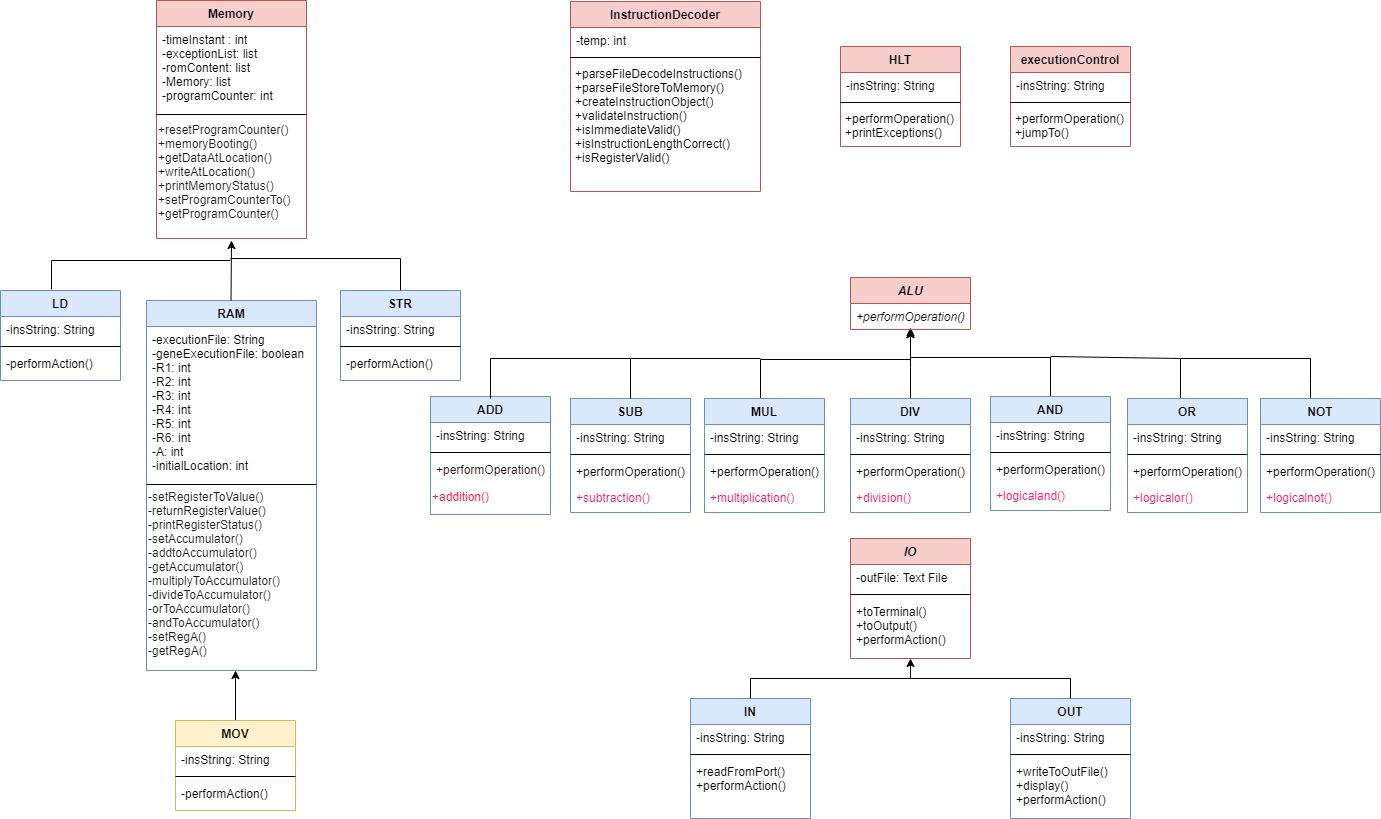
This is ULM.png from Gagandeep20320/OOPDProject, a draw.io export, as it was before one commit. Source tidied: cells renumbered, new cells last; positions are measured from the earlier drawing's top-left corner, leaving out a move shared by most shapes.
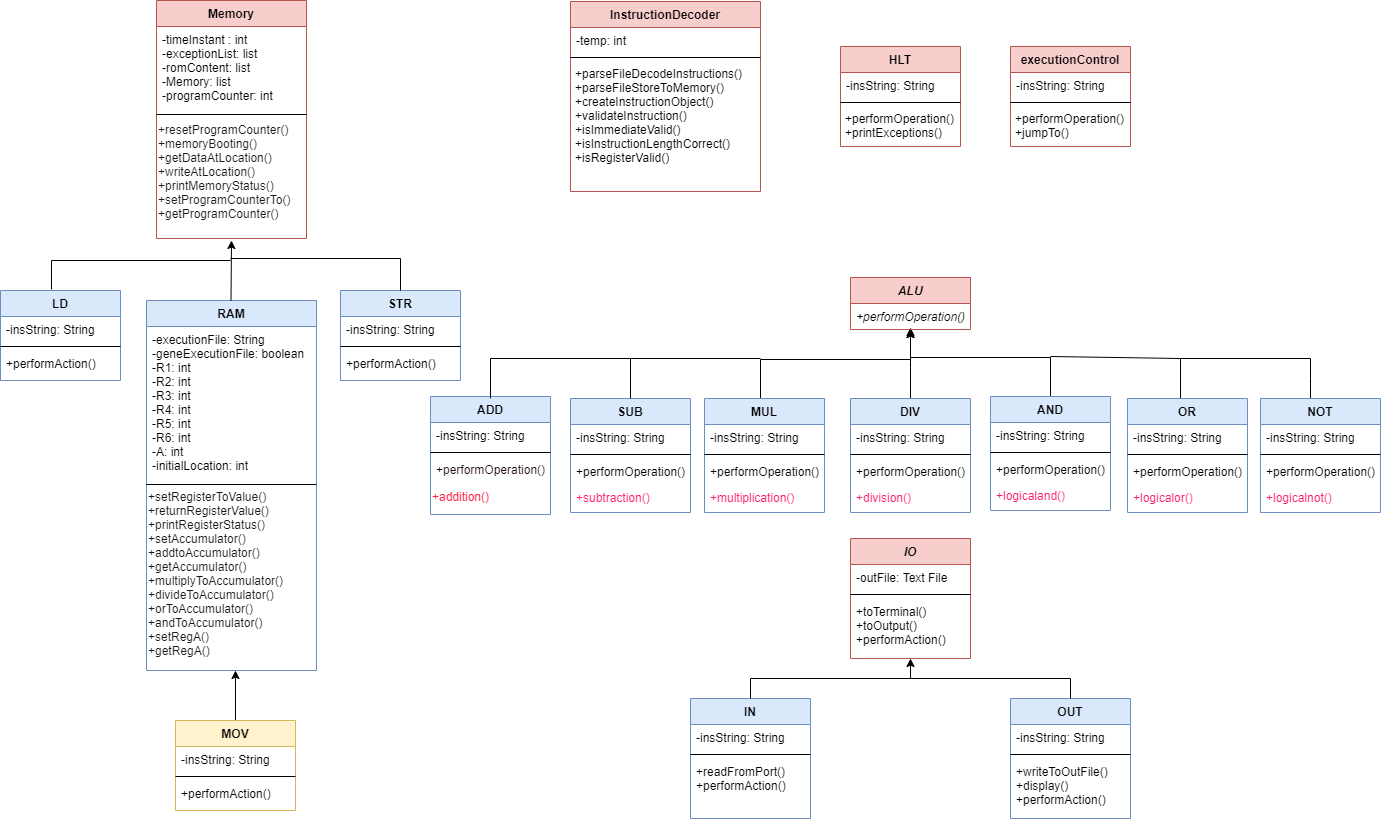
Above is the later version.

Diff of the diagram source:
```diff
@@ -23,7 +23,7 @@
     <mxCell id="8" style="line;html=1;strokeWidth=1;align=left;verticalAlign=middle;spacingTop=-1;spacingLeft=3;spacingRight=3;labelPosition=right;" parent="6" vertex="1">
       <mxGeometry y="52" width="120" height="8" as="geometry" />
     </mxCell>
-    <mxCell id="9" value="-performAction()&#10;" style="text;align=left;verticalAlign=top;spacingLeft=4;spacingRight=4;overflow=hidden;rounded=0;shadow=0;html=0;" parent="6" vertex="1">
+    <mxCell id="9" value="+performAction()&#10;" style="text;align=left;verticalAlign=top;spacingLeft=4;spacingRight=4;overflow=hidden;rounded=0;shadow=0;html=0;" parent="6" vertex="1">
       <mxGeometry y="60" width="120" height="26" as="geometry" />
     </mxCell>
     <mxCell id="10" value="RAM" style="swimlane;fontStyle=1;align=center;verticalAlign=top;horizontal=1;startSize=26;rounded=0;shadow=0;strokeWidth=1;fillColor=#dae8fc;strokeColor=#6c8ebf;" parent="1" vertex="1">
@@ -41,7 +41,7 @@
     <mxCell id="13" style="line;html=1;strokeWidth=1;align=left;verticalAlign=middle;spacingTop=-1;spacingLeft=3;spacingRight=3;labelPosition=right;" parent="10" vertex="1">
       <mxGeometry y="180" width="170" height="8" as="geometry" />
     </mxCell>
-    <mxCell id="14" value="-setRegisterToValue()&lt;br&gt;-returnRegisterValue()&lt;br&gt;-printRegisterStatus()&lt;br&gt;-setAccumulator()&lt;br&gt;-addtoAccumulator()&lt;br&gt;-getAccumulator()&lt;br&gt;-multiplyToAccumulator()&lt;br&gt;-divideToAccumulator()&lt;br&gt;-orToAccumulator()&lt;br&gt;-andToAccumulator()&lt;br&gt;-setRegA()&lt;br&gt;-getRegA()" style="text;html=1;align=left;verticalAlign=middle;strokeColor=none;fillColor=none;fontColor=#191919;" parent="10" vertex="1">
+    <mxCell id="14" value="+setRegisterToValue()&lt;br&gt;+returnRegisterValue()&lt;br&gt;+printRegisterStatus()&lt;br&gt;+setAccumulator()&lt;br&gt;+addtoAccumulator()&lt;br&gt;+getAccumulator()&lt;br&gt;+multiplyToAccumulator()&lt;br&gt;+divideToAccumulator()&lt;br&gt;+orToAccumulator()&lt;br&gt;+andToAccumulator()&lt;br&gt;+setRegA()&lt;br&gt;+getRegA()" style="text;html=1;align=left;verticalAlign=middle;strokeColor=none;fillColor=none;fontColor=#191919;" parent="10" vertex="1">
       <mxGeometry y="188" width="170" height="170" as="geometry" />
     </mxCell>
     <mxCell id="15" style="endArrow=classic;html=1;rounded=0;exitX=0.5;exitY=0;exitDx=0;exitDy=0;" parent="1" edge="1" source="21">
@@ -58,7 +58,7 @@
     <mxCell id="18" style="line;html=1;strokeWidth=1;align=left;verticalAlign=middle;spacingTop=-1;spacingLeft=3;spacingRight=3;labelPosition=right;" parent="16" vertex="1">
       <mxGeometry y="52" width="120" height="8" as="geometry" />
     </mxCell>
-    <mxCell id="19" value="-performAction()&#10;" style="text;align=left;verticalAlign=top;spacingLeft=4;spacingRight=4;overflow=hidden;rounded=0;shadow=0;html=0;" parent="16" vertex="1">
+    <mxCell id="19" value="+performAction()&#10;" style="text;align=left;verticalAlign=top;spacingLeft=4;spacingRight=4;overflow=hidden;rounded=0;shadow=0;html=0;" parent="16" vertex="1">
       <mxGeometry y="60" width="120" height="26" as="geometry" />
     </mxCell>
     <mxCell id="20" style="endArrow=none;html=1;rounded=0;fontColor=#191919;entryX=0.5;entryY=0;entryDx=0;entryDy=0;" parent="1" edge="1" target="16">
@@ -78,7 +78,7 @@
     <mxCell id="23" style="line;html=1;strokeWidth=1;align=left;verticalAlign=middle;spacingTop=-1;spacingLeft=3;spacingRight=3;labelPosition=right;" parent="21" vertex="1">
       <mxGeometry y="52" width="120" height="8" as="geometry" />
     </mxCell>
-    <mxCell id="24" value="-performAction()&#10;" style="text;align=left;verticalAlign=top;spacingLeft=4;spacingRight=4;overflow=hidden;rounded=0;shadow=0;html=0;" parent="21" vertex="1">
+    <mxCell id="24" value="+performAction()&#10;" style="text;align=left;verticalAlign=top;spacingLeft=4;spacingRight=4;overflow=hidden;rounded=0;shadow=0;html=0;" parent="21" vertex="1">
       <mxGeometry y="60" width="120" height="26" as="geometry" />
     </mxCell>
     <mxCell id="25" style="endArrow=classic;html=1;rounded=0;exitX=0.5;exitY=0;exitDx=0;exitDy=0;entryX=0.5;entryY=1;entryDx=0;entryDy=0;" parent="1" edge="1" target="28">
```
